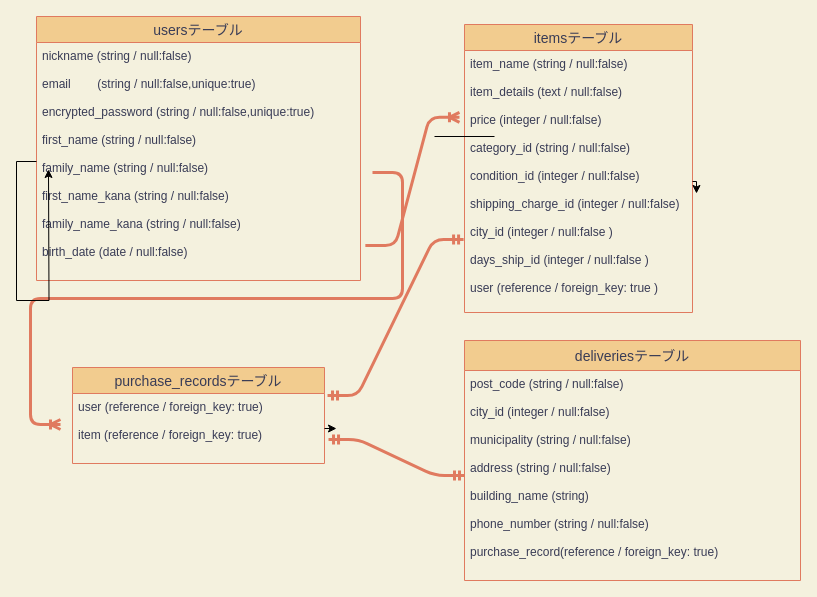
kikuchi890519/furima-35249 keeps this draw.io diagram as test.dio. Above is the earlier version. Source tidied: cells renumbered, new cells numbered last; positions are measured from the earlier drawing's top-left corner, leaving out a move shared by most shapes. Both pictures are drawn from the tidied source at 100%, with x=0, y=0 at pixel (36, 16).
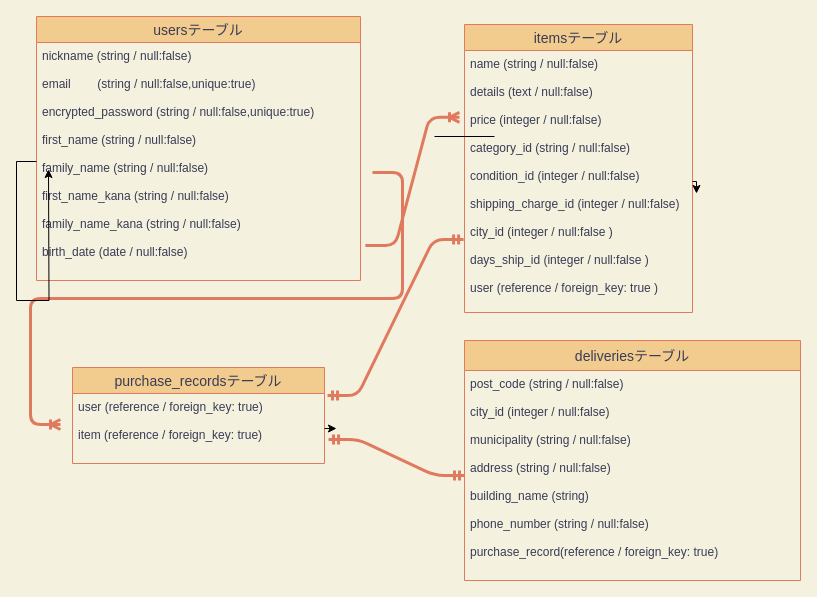
The same page after the edit.

The change refers to these unchanged cells:
```xml
<mxCell id="6" value="itemsテーブル" style="swimlane;fontStyle=0;horizontal=1;startSize=26;align=center;fontSize=14;fillColor=#F2CC8F;strokeColor=#E07A5F;fontColor=#393C56;" parent="1" vertex="1">
  <mxGeometry x="428" y="8" width="228" height="288" as="geometry" />
</mxCell>
```

Diff of the diagram source:
```diff
@@
-    <mxCell id="8" value="item_name (string / null:false)&#10;&#10;item_details (text / null:false)&#10;&#10;price (integer / null:false)&#10;&#10;category_id (string / null:false)&#10;&#10;condition_id (integer / null:false)&#10;&#10;shipping_charge_id (integer / null:false)&#10;&#10;city_id (integer / null:false )&#10;&#10;days_ship_id (integer / null:false )&#10;&#10;user (reference / foreign_key: true )" style="text;strokeColor=none;fillColor=none;spacingLeft=4;spacingRight=4;overflow=hidden;points=[[0,0.5],[1,0.5]];portConstraint=eastwest;fontSize=12;fontColor=#393C56;" parent="6" vertex="1">
+    <mxCell id="8" value="name (string / null:false)&#10;&#10;details (text / null:false)&#10;&#10;price (integer / null:false)&#10;&#10;category_id (string / null:false)&#10;&#10;condition_id (integer / null:false)&#10;&#10;shipping_charge_id (integer / null:false)&#10;&#10;city_id (integer / null:false )&#10;&#10;days_ship_id (integer / null:false )&#10;&#10;user (reference / foreign_key: true )" style="text;strokeColor=none;fillColor=none;spacingLeft=4;spacingRight=4;overflow=hidden;points=[[0,0.5],[1,0.5]];portConstraint=eastwest;fontSize=12;fontColor=#393C56;" parent="6" vertex="1">
       <mxGeometry y="26" width="228" height="262" as="geometry" />
     </mxCell>
```
